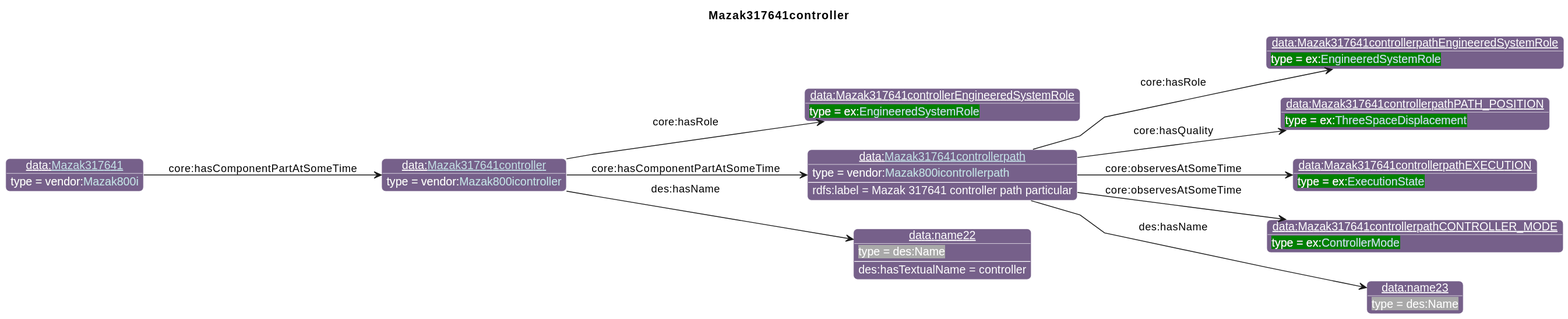
iofoundry/example-syseng-mtconnect keeps this PlantUML diagram as diagrams/Mazak317641controller.svg. Above is the earlier version. The source it was exported from:
```plantuml
@startuml
!include ../iof.iuml

<style>
object {
  HyperlinkColor #C4E1E6
}
</style>

left to right direction
skinparam linetype polyline
title Mazak317641controller

!$default_direction = down

!$namespace_colors = { "bfo":"DFA702",
                      "iof":"1E90FF",
                      "ns":"Green",
                      "ns1":"76608A",
                      "core":"000000",
                      "ex":"Green",
                      "data":"76608A",
                      "vendor":"76608A",
                      "units":"8A2D3B",
                      "cmns-dsg":"3A0519",
                      "qp":"641B2E"
      }
individual(o0, data:[[./Mazak317641controller.html Mazak317641controller]], vendor:[[../Mazak.html#Mazak800icontroller Mazak800icontroller]])
individual(o1, data:Mazak317641controllerEngineeredSystemRole, ex:[[../Example.html#EngineeredSystemRole EngineeredSystemRole]])
individual(o2, data:[[./Mazak317641controllerpath.html Mazak317641controllerpath]], vendor:[[../Mazak.html#Mazak800icontrollerpath Mazak800icontrollerpath]])
individual(o3, data:Mazak317641controllerpathEngineeredSystemRole, ex:[[../Example.html#EngineeredSystemRole EngineeredSystemRole]])
individual(o4, data:Mazak317641controllerpathPATH_POSITION, ex:[[../Example.html#ThreeSpaceDisplacement ThreeSpaceDisplacement]])
individual(o5, data:Mazak317641controllerpathEXECUTION, ex:[[../Example.html#ExecutionState ExecutionState]])
individual(o6, data:Mazak317641controllerpathCONTROLLER_MODE, ex:[[../Example.html#ControllerMode ControllerMode]])
individual(o7, data:name23, des:Name)
individual(o8, data:name22, des:Name)
individual(o9, data:[[./Mazak317641.html Mazak317641]], vendor:[[../Mazak.html#Mazak800i Mazak800i]])
property(o0, "core:hasRole", o1)
property(o0, "core:hasComponentPartAtSomeTime", o2)
data(o2, "rdfs:label", "Mazak 317641 controller path particular")
property(o2, "core:hasRole", o3)
property(o2, "core:hasQuality", o4)
property(o2, "core:observesAtSomeTime", o5)
property(o2, "core:observesAtSomeTime", o6)
property(o2, "des:hasName", o7)
property(o0, "des:hasName", o8)
data(o8, "des:hasTextualName", "controller")
property(o9, "core:hasComponentPartAtSomeTime", o0)
@enduml
```
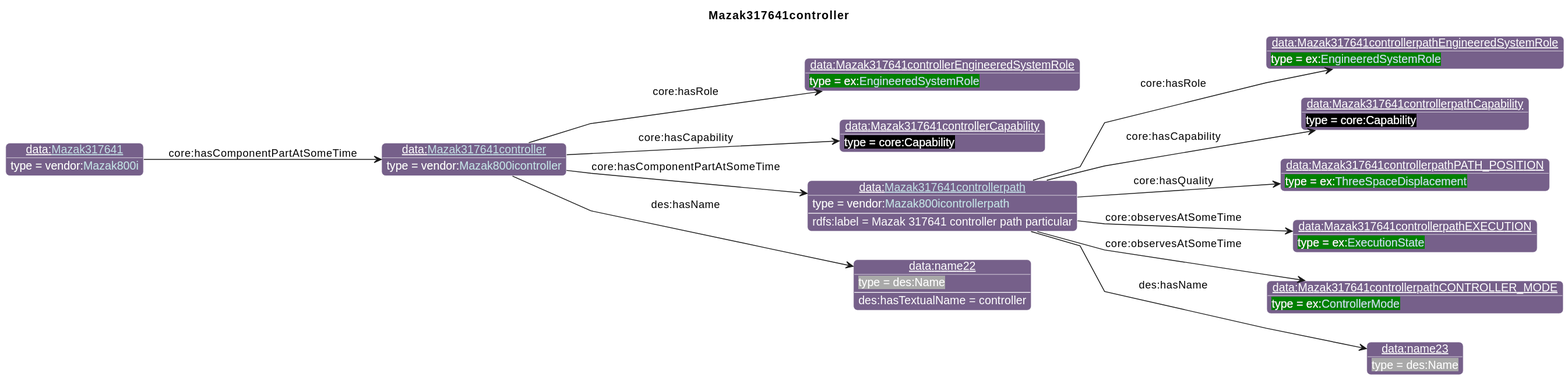
The same file after the commit.

The edit, as a diff of the source:
```diff
@@ -27,23 +27,27 @@
       }
 individual(o0, data:[[./Mazak317641controller.html Mazak317641controller]], vendor:[[../Mazak.html#Mazak800icontroller Mazak800icontroller]])
 individual(o1, data:Mazak317641controllerEngineeredSystemRole, ex:[[../Example.html#EngineeredSystemRole EngineeredSystemRole]])
-individual(o2, data:[[./Mazak317641controllerpath.html Mazak317641controllerpath]], vendor:[[../Mazak.html#Mazak800icontrollerpath Mazak800icontrollerpath]])
-individual(o3, data:Mazak317641controllerpathEngineeredSystemRole, ex:[[../Example.html#EngineeredSystemRole EngineeredSystemRole]])
-individual(o4, data:Mazak317641controllerpathPATH_POSITION, ex:[[../Example.html#ThreeSpaceDisplacement ThreeSpaceDisplacement]])
-individual(o5, data:Mazak317641controllerpathEXECUTION, ex:[[../Example.html#ExecutionState ExecutionState]])
-individual(o6, data:Mazak317641controllerpathCONTROLLER_MODE, ex:[[../Example.html#ControllerMode ControllerMode]])
-individual(o7, data:name23, des:Name)
-individual(o8, data:name22, des:Name)
-individual(o9, data:[[./Mazak317641.html Mazak317641]], vendor:[[../Mazak.html#Mazak800i Mazak800i]])
+individual(o2, data:Mazak317641controllerCapability, core:Capability)
+individual(o3, data:[[./Mazak317641controllerpath.html Mazak317641controllerpath]], vendor:[[../Mazak.html#Mazak800icontrollerpath Mazak800icontrollerpath]])
+individual(o4, data:Mazak317641controllerpathEngineeredSystemRole, ex:[[../Example.html#EngineeredSystemRole EngineeredSystemRole]])
+individual(o5, data:Mazak317641controllerpathCapability, core:Capability)
+individual(o6, data:Mazak317641controllerpathPATH_POSITION, ex:[[../Example.html#ThreeSpaceDisplacement ThreeSpaceDisplacement]])
+individual(o7, data:Mazak317641controllerpathEXECUTION, ex:[[../Example.html#ExecutionState ExecutionState]])
+individual(o8, data:Mazak317641controllerpathCONTROLLER_MODE, ex:[[../Example.html#ControllerMode ControllerMode]])
+individual(o9, data:name23, des:Name)
+individual(o10, data:name22, des:Name)
+individual(o11, data:[[./Mazak317641.html Mazak317641]], vendor:[[../Mazak.html#Mazak800i Mazak800i]])
 property(o0, "core:hasRole", o1)
-property(o0, "core:hasComponentPartAtSomeTime", o2)
-data(o2, "rdfs:label", "Mazak 317641 controller path particular")
-property(o2, "core:hasRole", o3)
-property(o2, "core:hasQuality", o4)
-property(o2, "core:observesAtSomeTime", o5)
-property(o2, "core:observesAtSomeTime", o6)
-property(o2, "des:hasName", o7)
-property(o0, "des:hasName", o8)
-data(o8, "des:hasTextualName", "controller")
-property(o9, "core:hasComponentPartAtSomeTime", o0)
+property(o0, "core:hasCapability", o2)
+property(o0, "core:hasComponentPartAtSomeTime", o3)
+data(o3, "rdfs:label", "Mazak 317641 controller path particular")
+property(o3, "core:hasRole", o4)
+property(o3, "core:hasCapability", o5)
+property(o3, "core:hasQuality", o6)
+property(o3, "core:observesAtSomeTime", o7)
+property(o3, "core:observesAtSomeTime", o8)
+property(o3, "des:hasName", o9)
+property(o0, "des:hasName", o10)
+data(o10, "des:hasTextualName", "controller")
+property(o11, "core:hasComponentPartAtSomeTime", o0)
 @enduml
```
